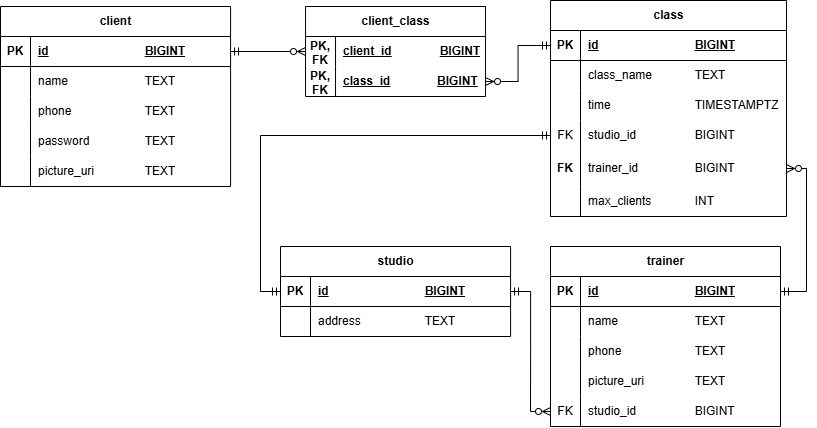
moevm/nosql2h24-yoga-sch keeps this draw.io diagram as assets/sql_ER.png. Above is the earlier version. Source tidied: cells renumbered, new cells last; positions are measured from the earlier drawing's top-left corner, leaving out a move shared by most shapes.
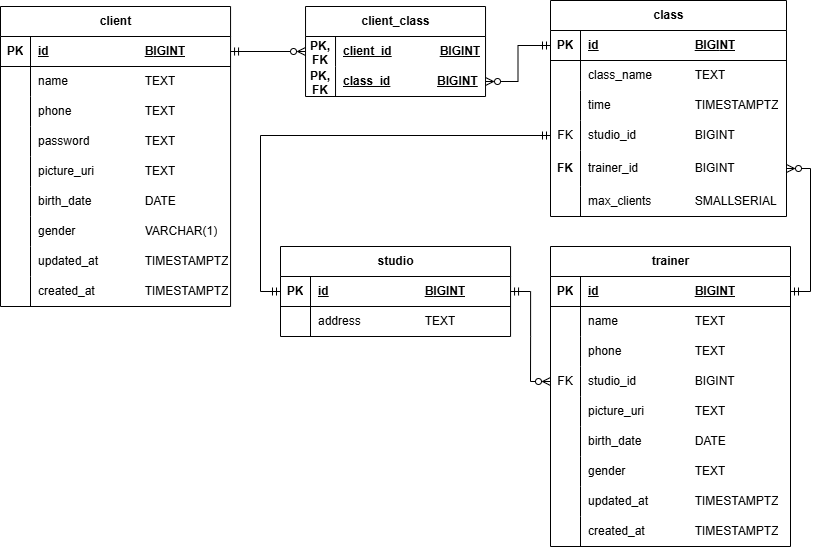
The same file after the commit.

Diff of the diagram source:
```diff
@@ -3,7 +3,7 @@
     <mxCell id="0" />
     <mxCell id="1" parent="0" />
     <mxCell id="2" value="client" style="shape=table;startSize=30;rowLines=0;fontStyle=1;align=center;html=1;" parent="1" vertex="1">
-      <mxGeometry y="6" width="230.1" height="180" as="geometry" />
+      <mxGeometry y="6" width="230.1" height="300" as="geometry" />
     </mxCell>
     <mxCell id="3" style="shape=tableRow;horizontal=0;startSize=0;swimlaneHead=0;swimlaneBody=0;fillColor=none;points=[[0,0.5],[1,0.5]];portConstraint=eastwest;top=0;left=0;right=0;bottom=1;" parent="2" vertex="1">
       <mxGeometry y="30" width="230.1" height="30" as="geometry" />
@@ -50,6 +50,42 @@
     <mxCell id="17" value="picture_uri&amp;nbsp;&lt;span style=&quot;white-space: pre;&quot;&gt;&#9;&lt;span style=&quot;white-space: pre;&quot;&gt;&#9;&lt;/span&gt;&lt;/span&gt;&lt;span style=&quot;white-space: pre;&quot;&gt;T&lt;/span&gt;EXT" style="shape=partialRectangle;fillColor=none;top=0;left=0;bottom=0;right=0;align=left;spacingLeft=6;overflow=hidden;whiteSpace=wrap;html=1;" parent="15" vertex="1">
       <mxGeometry x="30" width="200.1" height="30" as="geometry" />
     </mxCell>
+    <mxCell id="72" style="shape=tableRow;horizontal=0;startSize=0;swimlaneHead=0;swimlaneBody=0;fillColor=none;top=0;left=0;right=0;bottom=0;" parent="2" vertex="1">
+      <mxGeometry y="180" width="230.1" height="30" as="geometry" />
+    </mxCell>
+    <mxCell id="73" style="shape=partialRectangle;fillColor=none;top=0;left=0;bottom=0;right=0;overflow=hidden;whiteSpace=wrap;html=1;" parent="72" vertex="1">
+      <mxGeometry width="30" height="30" as="geometry" />
+    </mxCell>
+    <mxCell id="74" value="birth_date&amp;nbsp;&lt;span style=&quot;white-space: pre;&quot;&gt;&#9;&lt;span style=&quot;white-space: pre;&quot;&gt;&#9;&lt;/span&gt;D&lt;/span&gt;ATE" style="shape=partialRectangle;fillColor=none;top=0;left=0;bottom=0;right=0;align=left;spacingLeft=6;overflow=hidden;whiteSpace=wrap;html=1;" parent="72" vertex="1">
+      <mxGeometry x="30" width="200.1" height="30" as="geometry" />
+    </mxCell>
+    <mxCell id="75" style="shape=tableRow;horizontal=0;startSize=0;swimlaneHead=0;swimlaneBody=0;fillColor=none;top=0;left=0;right=0;bottom=0;" parent="2" vertex="1">
+      <mxGeometry y="210" width="230.1" height="30" as="geometry" />
+    </mxCell>
+    <mxCell id="76" style="shape=partialRectangle;fillColor=none;top=0;left=0;bottom=0;right=0;overflow=hidden;whiteSpace=wrap;html=1;" parent="75" vertex="1">
+      <mxGeometry width="30" height="30" as="geometry" />
+    </mxCell>
+    <mxCell id="77" value="gender&amp;nbsp; &amp;nbsp; &amp;nbsp;&lt;span style=&quot;white-space: pre;&quot;&gt;&#9;&lt;span style=&quot;white-space: pre;&quot;&gt;&#9;&lt;/span&gt;V&lt;/span&gt;ARCHAR(1)" style="shape=partialRectangle;fillColor=none;top=0;left=0;bottom=0;right=0;align=left;spacingLeft=6;overflow=hidden;whiteSpace=wrap;html=1;" parent="75" vertex="1">
+      <mxGeometry x="30" width="200.1" height="30" as="geometry" />
+    </mxCell>
+    <mxCell id="78" style="shape=tableRow;horizontal=0;startSize=0;swimlaneHead=0;swimlaneBody=0;fillColor=none;top=0;left=0;right=0;bottom=0;" parent="2" vertex="1">
+      <mxGeometry y="240" width="230.1" height="30" as="geometry" />
+    </mxCell>
+    <mxCell id="79" style="shape=partialRectangle;fillColor=none;top=0;left=0;bottom=0;right=0;overflow=hidden;whiteSpace=wrap;html=1;" parent="78" vertex="1">
+      <mxGeometry width="30" height="30" as="geometry" />
+    </mxCell>
+    <mxCell id="80" value="updated_at&lt;span style=&quot;white-space: pre;&quot;&gt;&#9;&lt;/span&gt;&lt;span style=&quot;white-space: pre;&quot;&gt;&#9;T&lt;/span&gt;IMESTAMPTZ" style="shape=partialRectangle;fillColor=none;top=0;left=0;bottom=0;right=0;align=left;spacingLeft=6;overflow=hidden;whiteSpace=wrap;html=1;" parent="78" vertex="1">
+      <mxGeometry x="30" width="200.1" height="30" as="geometry" />
+    </mxCell>
+    <mxCell id="81" style="shape=tableRow;horizontal=0;startSize=0;swimlaneHead=0;swimlaneBody=0;fillColor=none;top=0;left=0;right=0;bottom=0;" parent="2" vertex="1">
+      <mxGeometry y="270" width="230.1" height="30" as="geometry" />
+    </mxCell>
+    <mxCell id="82" style="shape=partialRectangle;fillColor=none;top=0;left=0;bottom=0;right=0;overflow=hidden;whiteSpace=wrap;html=1;" parent="81" vertex="1">
+      <mxGeometry width="30" height="30" as="geometry" />
+    </mxCell>
+    <mxCell id="83" value="created_at&lt;span style=&quot;white-space: pre;&quot;&gt;&#9;&lt;/span&gt;&lt;span style=&quot;white-space: pre;&quot;&gt;&#9;T&lt;/span&gt;IMESTAMPTZ" style="shape=partialRectangle;fillColor=none;top=0;left=0;bottom=0;right=0;align=left;spacingLeft=6;overflow=hidden;whiteSpace=wrap;html=1;" parent="81" vertex="1">
+      <mxGeometry x="30" width="200.1" height="30" as="geometry" />
+    </mxCell>
     <mxCell id="18" value="client_class" style="shape=table;startSize=30;rowLines=0;fontStyle=1;align=center;html=1;" parent="1" vertex="1">
       <mxGeometry x="305" y="6" width="180" height="90" as="geometry" />
     </mxCell>
@@ -125,7 +161,7 @@
     <mxCell id="42" style="shape=partialRectangle;fillColor=none;top=0;left=0;bottom=0;right=0;overflow=hidden;whiteSpace=wrap;html=1;" parent="41" vertex="1">
       <mxGeometry width="30" height="30" as="geometry" />
     </mxCell>
-    <mxCell id="43" value="max_clients&amp;nbsp;&lt;span style=&quot;white-space: pre;&quot;&gt;&#9;&lt;span style=&quot;white-space: pre;&quot;&gt;&#9;&lt;/span&gt;INT&lt;/span&gt;" style="shape=partialRectangle;fillColor=none;top=0;left=0;bottom=0;right=0;align=left;spacingLeft=6;overflow=hidden;whiteSpace=wrap;html=1;" parent="41" vertex="1">
+    <mxCell id="43" value="max_clients&amp;nbsp;&lt;span style=&quot;white-space: pre;&quot;&gt;&#9;&lt;span style=&quot;white-space: pre;&quot;&gt;&#9;&lt;/span&gt;S&lt;/span&gt;MALLSERIAL" style="shape=partialRectangle;fillColor=none;top=0;left=0;bottom=0;right=0;align=left;spacingLeft=6;overflow=hidden;whiteSpace=wrap;html=1;" parent="41" vertex="1">
       <mxGeometry x="30" width="206" height="30" as="geometry" />
     </mxCell>
     <mxCell id="44" style="edgeStyle=orthogonalEdgeStyle;rounded=0;jettySize=auto;html=1;endArrow=ERzeroToMany;endFill=0;startArrow=ERmandOne;startFill=0;" parent="1" edge="1" source="26" target="22">
@@ -135,53 +171,89 @@
       <mxGeometry relative="1" as="geometry" />
     </mxCell>
     <mxCell id="46" value="trainer" style="shape=table;startSize=30;rowLines=0;fontStyle=1;align=center;html=1;" parent="1" vertex="1">
-      <mxGeometry x="550" y="246" width="230" height="180" as="geometry" />
+      <mxGeometry x="550" y="246" width="240" height="300" as="geometry" />
     </mxCell>
     <mxCell id="47" style="shape=tableRow;horizontal=0;startSize=0;swimlaneHead=0;swimlaneBody=0;fillColor=none;points=[[0,0.5],[1,0.5]];portConstraint=eastwest;top=0;left=0;right=0;bottom=1;" parent="46" vertex="1">
-      <mxGeometry y="30" width="230" height="30" as="geometry" />
+      <mxGeometry y="30" width="240" height="30" as="geometry" />
     </mxCell>
     <mxCell id="48" value="PK" style="shape=partialRectangle;fillColor=none;top=0;left=0;bottom=0;right=0;fontStyle=1;overflow=hidden;whiteSpace=wrap;html=1;" parent="47" vertex="1">
       <mxGeometry width="30" height="30" as="geometry" />
     </mxCell>
     <mxCell id="49" value="id&lt;span style=&quot;white-space: pre;&quot;&gt;&#9;&lt;/span&gt;&lt;span style=&quot;white-space: pre;&quot;&gt;&#9;&lt;/span&gt;&lt;span style=&quot;white-space: pre;&quot;&gt;&#9;&lt;/span&gt;&lt;span style=&quot;white-space: pre;&quot;&gt;&#9;B&lt;/span&gt;IGINT" style="shape=partialRectangle;fillColor=none;top=0;left=0;bottom=0;right=0;align=left;spacingLeft=6;fontStyle=5;overflow=hidden;whiteSpace=wrap;html=1;" parent="47" vertex="1">
-      <mxGeometry x="30" width="200" height="30" as="geometry" />
+      <mxGeometry x="30" width="210" height="30" as="geometry" />
     </mxCell>
     <mxCell id="50" style="shape=tableRow;horizontal=0;startSize=0;swimlaneHead=0;swimlaneBody=0;fillColor=none;top=0;left=0;right=0;bottom=0;" parent="46" vertex="1">
-      <mxGeometry y="60" width="230" height="30" as="geometry" />
+      <mxGeometry y="60" width="240" height="30" as="geometry" />
     </mxCell>
     <mxCell id="51" style="shape=partialRectangle;fillColor=none;top=0;left=0;bottom=0;right=0;overflow=hidden;whiteSpace=wrap;html=1;" parent="50" vertex="1">
       <mxGeometry width="30" height="30" as="geometry" />
     </mxCell>
     <mxCell id="52" value="name&amp;nbsp;&lt;span style=&quot;white-space: pre;&quot;&gt;&#9;&lt;/span&gt;&lt;span style=&quot;white-space: pre;&quot;&gt;&#9;&lt;/span&gt;&lt;span style=&quot;white-space: pre;&quot;&gt;&#9;&lt;/span&gt;TEXT" style="shape=partialRectangle;fillColor=none;top=0;left=0;bottom=0;right=0;align=left;spacingLeft=6;overflow=hidden;whiteSpace=wrap;html=1;" parent="50" vertex="1">
-      <mxGeometry x="30" width="200" height="30" as="geometry" />
+      <mxGeometry x="30" width="210" height="30" as="geometry" />
     </mxCell>
     <mxCell id="53" style="shape=tableRow;horizontal=0;startSize=0;swimlaneHead=0;swimlaneBody=0;fillColor=none;top=0;left=0;right=0;bottom=0;" parent="46" vertex="1">
-      <mxGeometry y="90" width="230" height="30" as="geometry" />
+      <mxGeometry y="90" width="240" height="30" as="geometry" />
     </mxCell>
     <mxCell id="54" style="shape=partialRectangle;fillColor=none;top=0;left=0;bottom=0;right=0;overflow=hidden;whiteSpace=wrap;html=1;" parent="53" vertex="1">
       <mxGeometry width="30" height="30" as="geometry" />
     </mxCell>
     <mxCell id="55" value="phone&lt;span style=&quot;white-space: pre;&quot;&gt;&#9;&lt;/span&gt;&lt;span style=&quot;white-space: pre;&quot;&gt;&#9;&lt;/span&gt;&lt;span style=&quot;white-space: pre;&quot;&gt;&#9;&lt;/span&gt;TEXT" style="shape=partialRectangle;fillColor=none;top=0;left=0;bottom=0;right=0;align=left;spacingLeft=6;overflow=hidden;whiteSpace=wrap;html=1;" parent="53" vertex="1">
-      <mxGeometry x="30" width="200" height="30" as="geometry" />
+      <mxGeometry x="30" width="210" height="30" as="geometry" />
     </mxCell>
+    <mxCell id="59" style="shape=tableRow;horizontal=0;startSize=0;swimlaneHead=0;swimlaneBody=0;fillColor=none;points=[[0,0.5],[1,0.5]];portConstraint=eastwest;top=0;left=0;right=0;bottom=0;" parent="46" vertex="1">
+      <mxGeometry y="120" width="240" height="30" as="geometry" />
+    </mxCell>
+    <mxCell id="60" value="FK" style="shape=partialRectangle;fillColor=none;top=0;left=0;bottom=0;right=0;overflow=hidden;whiteSpace=wrap;html=1;" parent="59" vertex="1">
+      <mxGeometry width="30" height="30" as="geometry" />
+    </mxCell>
+    <mxCell id="61" value="studio_id&lt;span style=&quot;white-space: pre;&quot;&gt;&#9;&lt;/span&gt;&lt;span style=&quot;white-space: pre;&quot;&gt;&#9;&lt;/span&gt;&lt;span style=&quot;white-space: pre;&quot;&gt;&#9;&lt;/span&gt;BIGINT" style="shape=partialRectangle;fillColor=none;top=0;left=0;bottom=0;right=0;align=left;spacingLeft=6;overflow=hidden;whiteSpace=wrap;html=1;" parent="59" vertex="1">
+      <mxGeometry x="30" width="210" height="30" as="geometry" />
+    </mxCell>
     <mxCell id="56" style="shape=tableRow;horizontal=0;startSize=0;swimlaneHead=0;swimlaneBody=0;fillColor=none;top=0;left=0;right=0;bottom=0;" parent="46" vertex="1">
-      <mxGeometry y="120" width="230" height="30" as="geometry" />
+      <mxGeometry y="150" width="240" height="30" as="geometry" />
     </mxCell>
     <mxCell id="57" style="shape=partialRectangle;fillColor=none;top=0;left=0;bottom=0;right=0;overflow=hidden;whiteSpace=wrap;html=1;" parent="56" vertex="1">
       <mxGeometry width="30" height="30" as="geometry" />
     </mxCell>
     <mxCell id="58" value="picture_uri&lt;span style=&quot;white-space: pre;&quot;&gt;&#9;&lt;/span&gt;&lt;span style=&quot;white-space: pre;&quot;&gt;&#9;&lt;/span&gt;TEXT" style="shape=partialRectangle;fillColor=none;top=0;left=0;bottom=0;right=0;align=left;spacingLeft=6;overflow=hidden;whiteSpace=wrap;html=1;" parent="56" vertex="1">
-      <mxGeometry x="30" width="200" height="30" as="geometry" />
+      <mxGeometry x="30" width="210" height="30" as="geometry" />
     </mxCell>
-    <mxCell id="59" style="shape=tableRow;horizontal=0;startSize=0;swimlaneHead=0;swimlaneBody=0;fillColor=none;points=[[0,0.5],[1,0.5]];portConstraint=eastwest;top=0;left=0;right=0;bottom=0;" parent="46" vertex="1">
-      <mxGeometry y="150" width="230" height="30" as="geometry" />
-    </mxCell>
-    <mxCell id="60" value="FK" style="shape=partialRectangle;fillColor=none;top=0;left=0;bottom=0;right=0;overflow=hidden;whiteSpace=wrap;html=1;" parent="59" vertex="1">
-      <mxGeometry width="30" height="30" as="geometry" />
-    </mxCell>
-    <mxCell id="61" value="studio_id&lt;span style=&quot;white-space: pre;&quot;&gt;&#9;&lt;/span&gt;&lt;span style=&quot;white-space: pre;&quot;&gt;&#9;&lt;/span&gt;&lt;span style=&quot;white-space: pre;&quot;&gt;&#9;&lt;/span&gt;BIGINT" style="shape=partialRectangle;fillColor=none;top=0;left=0;bottom=0;right=0;align=left;spacingLeft=6;overflow=hidden;whiteSpace=wrap;html=1;" parent="59" vertex="1">
-      <mxGeometry x="30" width="200" height="30" as="geometry" />
-    </mxCell>
+    <mxCell id="84" style="shape=tableRow;horizontal=0;startSize=0;swimlaneHead=0;swimlaneBody=0;fillColor=none;top=0;left=0;right=0;bottom=0;" parent="46" vertex="1">
+      <mxGeometry y="180" width="240" height="30" as="geometry" />
+    </mxCell>
+    <mxCell id="85" style="shape=partialRectangle;fillColor=none;top=0;left=0;bottom=0;right=0;overflow=hidden;whiteSpace=wrap;html=1;" parent="84" vertex="1">
+      <mxGeometry width="30" height="30" as="geometry" />
+    </mxCell>
+    <mxCell id="86" value="birth_date&amp;nbsp;&lt;span style=&quot;white-space: pre;&quot;&gt;&#9;&lt;span style=&quot;white-space: pre;&quot;&gt;&#9;&lt;/span&gt;D&lt;/span&gt;ATE" style="shape=partialRectangle;fillColor=none;top=0;left=0;bottom=0;right=0;align=left;spacingLeft=6;overflow=hidden;whiteSpace=wrap;html=1;" parent="84" vertex="1">
+      <mxGeometry x="30" width="210" height="30" as="geometry" />
+    </mxCell>
+    <mxCell id="87" style="shape=tableRow;horizontal=0;startSize=0;swimlaneHead=0;swimlaneBody=0;fillColor=none;top=0;left=0;right=0;bottom=0;" parent="46" vertex="1">
+      <mxGeometry y="210" width="240" height="30" as="geometry" />
+    </mxCell>
+    <mxCell id="88" style="shape=partialRectangle;fillColor=none;top=0;left=0;bottom=0;right=0;overflow=hidden;whiteSpace=wrap;html=1;" parent="87" vertex="1">
+      <mxGeometry width="30" height="30" as="geometry" />
+    </mxCell>
+    <mxCell id="89" value="gender&amp;nbsp; &amp;nbsp; &amp;nbsp;&lt;span style=&quot;white-space: pre;&quot;&gt;&#9;&lt;span style=&quot;white-space: pre;&quot;&gt;&#9;&lt;/span&gt;&lt;/span&gt;&lt;span style=&quot;white-space: pre;&quot;&gt;T&lt;/span&gt;EXT" style="shape=partialRectangle;fillColor=none;top=0;left=0;bottom=0;right=0;align=left;spacingLeft=6;overflow=hidden;whiteSpace=wrap;html=1;" parent="87" vertex="1">
+      <mxGeometry x="30" width="210" height="30" as="geometry" />
+    </mxCell>
+    <mxCell id="90" style="shape=tableRow;horizontal=0;startSize=0;swimlaneHead=0;swimlaneBody=0;fillColor=none;top=0;left=0;right=0;bottom=0;" parent="46" vertex="1">
+      <mxGeometry y="240" width="240" height="30" as="geometry" />
+    </mxCell>
+    <mxCell id="91" style="shape=partialRectangle;fillColor=none;top=0;left=0;bottom=0;right=0;overflow=hidden;whiteSpace=wrap;html=1;" parent="90" vertex="1">
+      <mxGeometry width="30" height="30" as="geometry" />
+    </mxCell>
+    <mxCell id="92" value="updated_at&lt;span style=&quot;white-space: pre;&quot;&gt;&#9;&lt;/span&gt;&lt;span style=&quot;white-space: pre;&quot;&gt;&#9;T&lt;/span&gt;IMESTAMPTZ" style="shape=partialRectangle;fillColor=none;top=0;left=0;bottom=0;right=0;align=left;spacingLeft=6;overflow=hidden;whiteSpace=wrap;html=1;" parent="90" vertex="1">
+      <mxGeometry x="30" width="210" height="30" as="geometry" />
+    </mxCell>
+    <mxCell id="93" style="shape=tableRow;horizontal=0;startSize=0;swimlaneHead=0;swimlaneBody=0;fillColor=none;top=0;left=0;right=0;bottom=0;" parent="46" vertex="1">
+      <mxGeometry y="270" width="240" height="30" as="geometry" />
+    </mxCell>
+    <mxCell id="94" style="shape=partialRectangle;fillColor=none;top=0;left=0;bottom=0;right=0;overflow=hidden;whiteSpace=wrap;html=1;" parent="93" vertex="1">
+      <mxGeometry width="30" height="30" as="geometry" />
+    </mxCell>
+    <mxCell id="95" value="created_at&lt;span style=&quot;white-space: pre;&quot;&gt;&#9;&lt;/span&gt;&lt;span style=&quot;white-space: pre;&quot;&gt;&#9;T&lt;/span&gt;IMESTAMPTZ" style="shape=partialRectangle;fillColor=none;top=0;left=0;bottom=0;right=0;align=left;spacingLeft=6;overflow=hidden;whiteSpace=wrap;html=1;" parent="93" vertex="1">
+      <mxGeometry x="30" width="210" height="30" as="geometry" />
+    </mxCell>
     <mxCell id="62" style="edgeStyle=orthogonalEdgeStyle;rounded=0;jettySize=auto;html=1;entryX=1;entryY=0.5;entryDx=0;entryDy=0;endArrow=ERmandOne;endFill=0;startArrow=ERzeroToMany;startFill=0;exitX=1;exitY=0.5;exitDx=0;exitDy=0;" parent="1" edge="1" source="38" target="47">
       <mxGeometry relative="1" as="geometry" />
     </mxCell>
```
